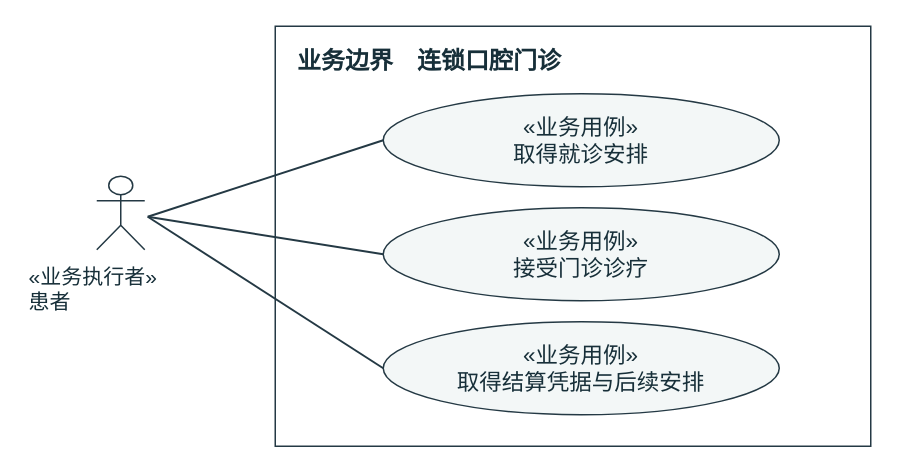
Earlier version of the draw.io diagram page "业务用例" (1 of 9) of docs/report-source/acceptance/门诊模型.drawio (Zhang646967/adc-dental-clinic). Source tidied: cells renumbered, new cells numbered last; positions are measured from the earlier drawing's top-left corner, leaving out a move shared by most shapes. Both pictures are drawn from the tidied source at 150%, with x=0, y=0 at pixel (26, 26).
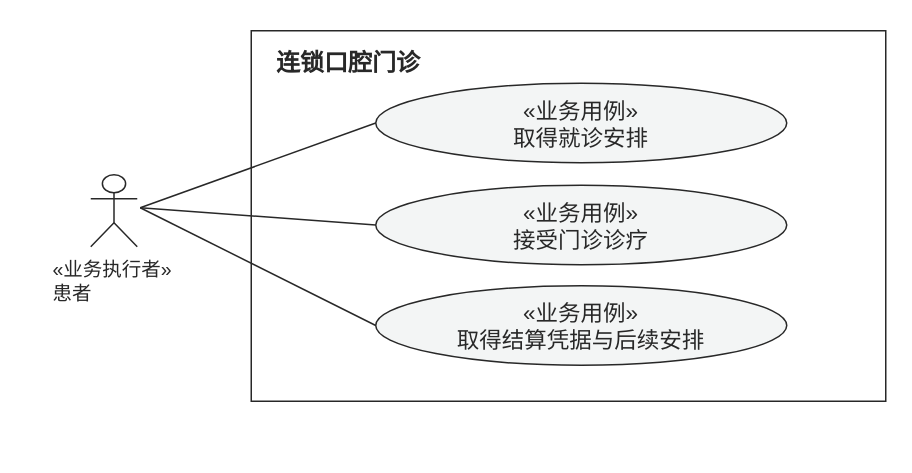
Above is the later version.

What changed in the source:
```diff
@@
-<mxGraphModel background="#FFFFFF">
+<mxGraphModel background="#ffffff">
   <root>
     <mxCell id="0" />
     <mxCell id="1" parent="0" />
-    <mxCell id="2" style="fontFamily=Songti SC;fontSize=15;whiteSpace=wrap;html=0;align=center;verticalAlign=middle;fillColor=#ffffff;fontColor=#172f39;strokeColor=#243944;fillColor=none;" parent="1" vertex="1">
-      <mxGeometry x="166" width="397" height="280" as="geometry" />
+    <mxCell id="2" style="fontFamily=Songti SC;fontSize=16;fontColor=#282828;strokeColor=#282828;fillColor=#ffffff;whiteSpace=wrap;html=0;align=center;verticalAlign=middle;fillColor=none;" parent="1" vertex="1">
+      <mxGeometry x="150" y="3" width="423" height="247" as="geometry" />
     </mxCell>
-    <mxCell id="3" value="业务边界　连锁口腔门诊" style="fontFamily=Songti SC;fontSize=15;whiteSpace=wrap;html=0;align=center;verticalAlign=middle;fillColor=#ffffff;fontColor=#172f39;strokeColor=#243944;text;strokeColor=none;fillColor=none;fontSize=16;fontStyle=1;" parent="1" vertex="1">
-      <mxGeometry x="179" y="7" width="369" height="27" as="geometry" />
+    <mxCell id="3" value="连锁口腔门诊" style="fontFamily=Songti SC;fontSize=16;fontColor=#282828;strokeColor=#282828;fillColor=#ffffff;whiteSpace=wrap;html=0;align=center;verticalAlign=middle;text;strokeColor=none;fillColor=none;align=left;fontStyle=1;" parent="1" vertex="1">
+      <mxGeometry x="165" y="8" width="390" height="24" as="geometry" />
     </mxCell>
-    <mxCell id="4" style="fontFamily=Songti SC;fontSize=15;whiteSpace=wrap;html=0;align=center;verticalAlign=middle;fillColor=#ffffff;fontColor=#172f39;strokeColor=#243944;shape=umlActor;fillColor=none;" parent="1" vertex="1">
-      <mxGeometry x="47" y="100" width="32" height="49" as="geometry" />
+    <mxCell id="4" style="fontFamily=Songti SC;fontSize=16;fontColor=#282828;strokeColor=#282828;fillColor=#ffffff;whiteSpace=wrap;html=0;align=center;verticalAlign=middle;shape=umlActor;fillColor=none;" parent="1" vertex="1">
+      <mxGeometry x="43" y="99" width="31" height="48" as="geometry" />
     </mxCell>
-    <mxCell id="5" value="«业务执行者»&#10;患者" style="fontFamily=Songti SC;fontSize=15;whiteSpace=wrap;html=0;align=center;verticalAlign=middle;fillColor=#ffffff;fontColor=#172f39;strokeColor=#243944;text;strokeColor=none;fillColor=none;fontSize=14;fontStyle=0;" parent="1" vertex="1">
-      <mxGeometry y="152" width="125" height="48" as="geometry" />
+    <mxCell id="5" value="«业务执行者»&#10;患者" style="fontFamily=Songti SC;fontSize=16;fontColor=#282828;strokeColor=#282828;fillColor=#ffffff;whiteSpace=wrap;html=0;align=center;verticalAlign=middle;text;strokeColor=none;fillColor=none;fontSize=13;" parent="1" vertex="1">
+      <mxGeometry x="16" y="148" width="88" height="45" as="geometry" />
     </mxCell>
-    <mxCell id="6" style="endArrow=none;endFill=1;strokeColor=#243944;strokeWidth=1.3;dashed=0;rounded=0;" parent="1" edge="1">
-      <mxGeometry relative="1" as="geometry">
-        <mxPoint x="81" y="127" as="sourcePoint" />
-        <mxPoint x="238" y="76" as="targetPoint" />
-      </mxGeometry>
+    <mxCell id="6" value="«业务用例»&#10;取得就诊安排" style="fontFamily=Songti SC;fontSize=16;fontColor=#282828;strokeColor=#282828;fillColor=#ffffff;whiteSpace=wrap;html=0;align=center;verticalAlign=middle;ellipse;fillColor=#F3F5F5;fontSize=15;" parent="1" vertex="1">
+      <mxGeometry x="233" y="38" width="274" height="53" as="geometry" />
     </mxCell>
-    <mxCell id="7" value="«业务用例»&#10;取得就诊安排" style="fontFamily=Songti SC;fontSize=15;whiteSpace=wrap;html=0;align=center;verticalAlign=middle;fillColor=#ffffff;fontColor=#172f39;strokeColor=#243944;ellipse;fillColor=#F3F7F7;" parent="1" vertex="1">
-      <mxGeometry x="238" y="45" width="264" height="62" as="geometry" />
+    <mxCell id="7" style="fontFamily=Songti SC;fontSize=16;fontColor=#282828;strokeColor=#282828;fillColor=#ffffff;whiteSpace=wrap;html=0;align=center;verticalAlign=middle;fontSize=15;whiteSpace=nowrap;labelBackgroundColor=none;endArrow=none;endFill=1;dashed=0;rounded=0;entryX=0;entryY=0.5;" parent="1" edge="1" target="6">
+      <mxGeometry relative="1" as="geometry">
+        <mxPoint x="76" y="121" as="sourcePoint" />
+      </mxGeometry>
     </mxCell>
-    <mxCell id="8" style="endArrow=none;endFill=1;strokeColor=#243944;strokeWidth=1.3;dashed=0;rounded=0;" parent="1" edge="1">
-      <mxGeometry relative="1" as="geometry">
-        <mxPoint x="81" y="127" as="sourcePoint" />
-        <mxPoint x="238" y="152" as="targetPoint" />
-      </mxGeometry>
+    <mxCell id="8" value="«业务用例»&#10;接受门诊诊疗" style="fontFamily=Songti SC;fontSize=16;fontColor=#282828;strokeColor=#282828;fillColor=#ffffff;whiteSpace=wrap;html=0;align=center;verticalAlign=middle;ellipse;fillColor=#F3F5F5;fontSize=15;" parent="1" vertex="1">
+      <mxGeometry x="233" y="106" width="274" height="53" as="geometry" />
     </mxCell>
-    <mxCell id="9" value="«业务用例»&#10;接受门诊诊疗" style="fontFamily=Songti SC;fontSize=15;whiteSpace=wrap;html=0;align=center;verticalAlign=middle;fillColor=#ffffff;fontColor=#172f39;strokeColor=#243944;ellipse;fillColor=#F3F7F7;" parent="1" vertex="1">
-      <mxGeometry x="238" y="121" width="264" height="62" as="geometry" />
+    <mxCell id="9" style="fontFamily=Songti SC;fontSize=16;fontColor=#282828;strokeColor=#282828;fillColor=#ffffff;whiteSpace=wrap;html=0;align=center;verticalAlign=middle;fontSize=15;whiteSpace=nowrap;labelBackgroundColor=none;endArrow=none;endFill=1;dashed=0;rounded=0;entryX=0;entryY=0.5;" parent="1" edge="1" target="8">
+      <mxGeometry relative="1" as="geometry">
+        <mxPoint x="76" y="121" as="sourcePoint" />
+      </mxGeometry>
     </mxCell>
-    <mxCell id="10" style="endArrow=none;endFill=1;strokeColor=#243944;strokeWidth=1.3;dashed=0;rounded=0;" parent="1" edge="1">
-      <mxGeometry relative="1" as="geometry">
-        <mxPoint x="81" y="127" as="sourcePoint" />
-        <mxPoint x="238" y="228" as="targetPoint" />
-      </mxGeometry>
+    <mxCell id="10" value="«业务用例»&#10;取得结算凭据与后续安排" style="fontFamily=Songti SC;fontSize=16;fontColor=#282828;strokeColor=#282828;fillColor=#ffffff;whiteSpace=wrap;html=0;align=center;verticalAlign=middle;ellipse;fillColor=#F3F5F5;fontSize=15;" parent="1" vertex="1">
+      <mxGeometry x="233" y="173" width="274" height="53" as="geometry" />
     </mxCell>
-    <mxCell id="11" value="«业务用例»&#10;取得结算凭据与后续安排" style="fontFamily=Songti SC;fontSize=15;whiteSpace=wrap;html=0;align=center;verticalAlign=middle;fillColor=#ffffff;fontColor=#172f39;strokeColor=#243944;ellipse;fillColor=#F3F7F7;" parent="1" vertex="1">
-      <mxGeometry x="238" y="197" width="264" height="62" as="geometry" />
+    <mxCell id="11" style="fontFamily=Songti SC;fontSize=16;fontColor=#282828;strokeColor=#282828;fillColor=#ffffff;whiteSpace=wrap;html=0;align=center;verticalAlign=middle;fontSize=15;whiteSpace=nowrap;labelBackgroundColor=none;endArrow=none;endFill=1;dashed=0;rounded=0;entryX=0;entryY=0.5;" parent="1" edge="1" target="10">
+      <mxGeometry relative="1" as="geometry">
+        <mxPoint x="76" y="121" as="sourcePoint" />
+      </mxGeometry>
     </mxCell>
   </root>
 </mxGraphModel>
```
